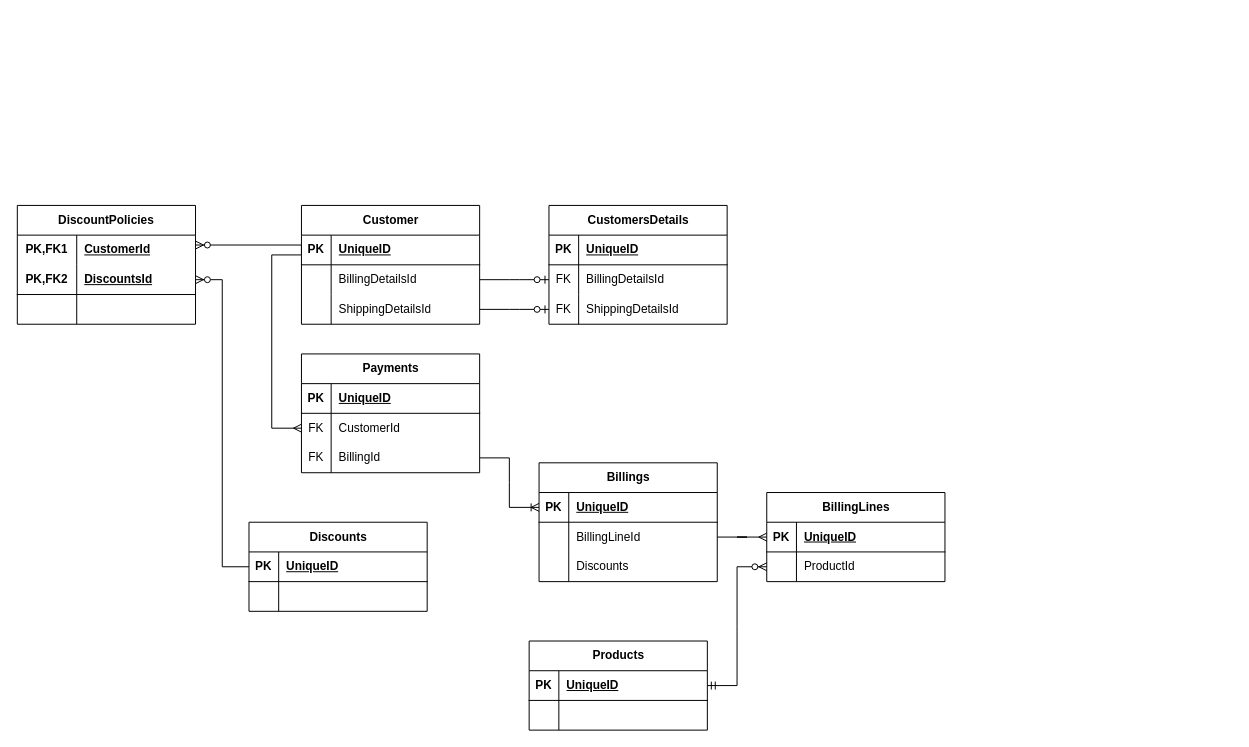
This is page "ERD v1" (2 of 7) of src/Diagrammes.drawio from Scholastien/MyApp, a draw.io file, before an edit. Source tidied: cells renumbered, new cells numbered last; positions are measured from the earlier drawing's top-left corner, leaving out a move shared by most shapes. Both pictures are drawn from the tidied source at 99%, with x=0, y=0 at pixel (17, 205).
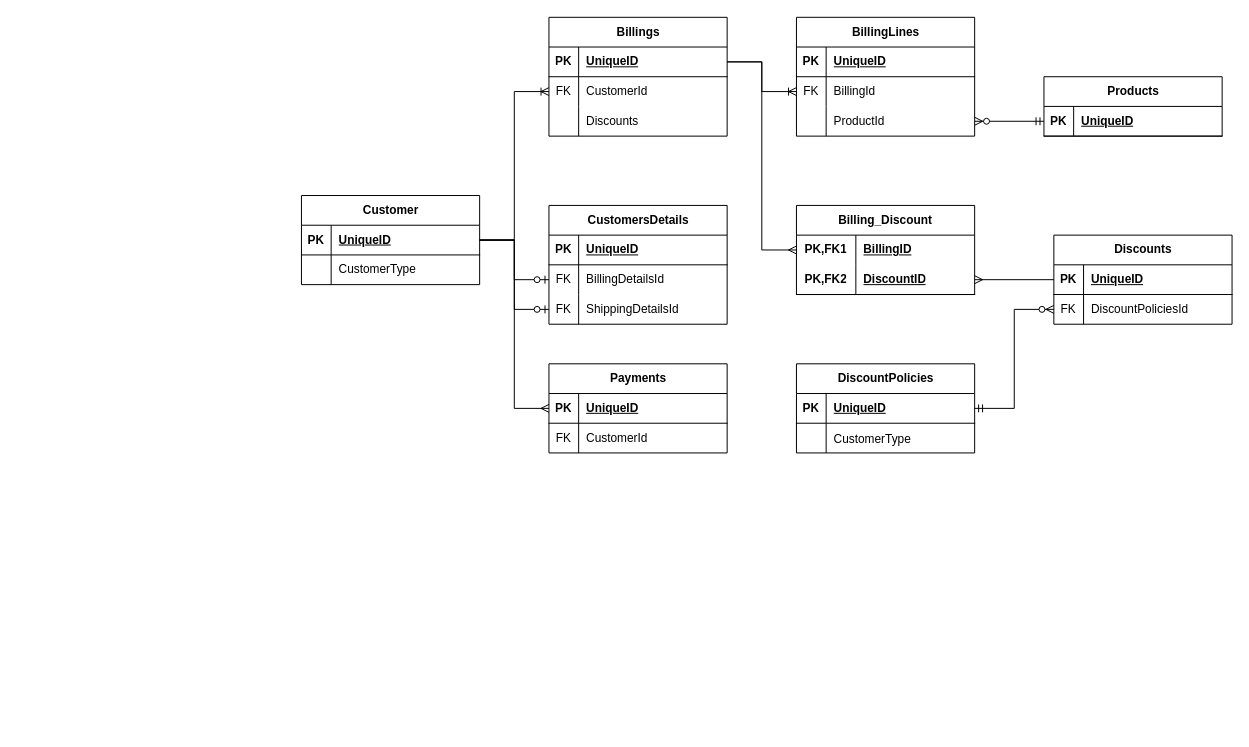
The same diagram, later.

Unchanged cells that the change refers to:
```xml
<mxCell id="3" style="shape=tableRow;horizontal=0;startSize=0;swimlaneHead=0;swimlaneBody=0;fillColor=none;points=[[0,0.5],[1,0.5]];portConstraint=eastwest;top=0;left=0;right=0;bottom=1;" parent="2" vertex="1">
  <mxGeometry y="30" width="180" height="30" as="geometry" />
</mxCell>
<mxCell id="16" style="shape=tableRow;horizontal=0;startSize=0;swimlaneHead=0;swimlaneBody=0;fillColor=none;points=[[0,0.5],[1,0.5]];portConstraint=eastwest;top=0;left=0;right=0;bottom=0;" parent="12" vertex="1">
  <mxGeometry y="60" width="180" height="30" as="geometry" />
</mxCell>
<mxCell id="19" style="shape=tableRow;horizontal=0;startSize=0;swimlaneHead=0;swimlaneBody=0;fillColor=none;points=[[0,0.5],[1,0.5]];portConstraint=eastwest;top=0;left=0;right=0;bottom=0;" parent="12" vertex="1">
  <mxGeometry y="90" width="180" height="30" as="geometry" />
</mxCell>
<mxCell id="23" style="shape=tableRow;horizontal=0;startSize=0;swimlaneHead=0;swimlaneBody=0;fillColor=none;points=[[0,0.5],[1,0.5]];portConstraint=eastwest;top=0;left=0;right=0;bottom=1;" parent="22" vertex="1">
  <mxGeometry y="30" width="180" height="30" as="geometry" />
</mxCell>
<mxCell id="36" style="shape=tableRow;horizontal=0;startSize=0;swimlaneHead=0;swimlaneBody=0;fillColor=none;points=[[0,0.5],[1,0.5]];portConstraint=eastwest;top=0;left=0;right=0;bottom=1;" parent="35" vertex="1">
  <mxGeometry y="30" width="180" height="30" as="geometry" />
</mxCell>
<mxCell id="39" style="shape=tableRow;horizontal=0;startSize=0;swimlaneHead=0;swimlaneBody=0;fillColor=none;points=[[0,0.5],[1,0.5]];portConstraint=eastwest;top=0;left=0;right=0;bottom=0;" parent="35" vertex="1">
  <mxGeometry y="60" width="180" height="30" as="geometry" />
</mxCell>
<mxCell id="47" style="shape=tableRow;horizontal=0;startSize=0;swimlaneHead=0;swimlaneBody=0;fillColor=none;points=[[0,0.5],[1,0.5]];portConstraint=eastwest;top=0;left=0;right=0;bottom=1;" parent="46" vertex="1">
  <mxGeometry y="30" width="180" height="30" as="geometry" />
</mxCell>
<mxCell id="55" style="shape=tableRow;horizontal=0;startSize=0;swimlaneHead=0;swimlaneBody=0;fillColor=none;points=[[0,0.5],[1,0.5]];portConstraint=eastwest;top=0;left=0;right=0;bottom=1;" parent="54" vertex="1">
  <mxGeometry y="30" width="180" height="30" as="geometry" />
</mxCell>
<mxCell id="63" style="shape=tableRow;horizontal=0;startSize=0;swimlaneHead=0;swimlaneBody=0;fillColor=none;points=[[0,0.5],[1,0.5]];portConstraint=eastwest;top=0;left=0;right=0;bottom=1;" parent="62" vertex="1">
  <mxGeometry y="30" width="180" height="30" as="geometry" />
</mxCell>
```

Change to the diagram source:
```diff
@@
     <mxCell id="2" value="Customer" style="shape=table;startSize=30;childLayout=tableLayout;rowLines=0;fontStyle=1;align=center;html=1;" parent="1" vertex="1">
-      <mxGeometry x="287" width="180" height="120" as="geometry" />
+      <mxGeometry x="287" y="-10" width="180" height="90" as="geometry" />
     </mxCell>
@@
-    <mxCell id="6" style="shape=tableRow;horizontal=0;startSize=0;swimlaneHead=0;swimlaneBody=0;fillColor=none;points=[[0,0.5],[1,0.5]];portConstraint=eastwest;top=0;left=0;right=0;bottom=0;" parent="2" vertex="1">
-      <mxGeometry y="60" width="180" height="30" as="geometry" />
-    </mxCell>
-    <mxCell id="7" style="shape=partialRectangle;fillColor=none;top=0;left=0;bottom=0;right=0;overflow=hidden;whiteSpace=wrap;html=1;" parent="6" vertex="1">
-      <mxGeometry width="30" height="30" as="geometry" />
-    </mxCell>
-    <mxCell id="8" value="BillingDetailsId" style="shape=partialRectangle;fillColor=none;top=0;left=0;bottom=0;right=0;align=left;spacingLeft=6;overflow=hidden;whiteSpace=wrap;html=1;" parent="6" vertex="1">
-      <mxGeometry x="30" width="150" height="30" as="geometry" />
-    </mxCell>
-    <mxCell id="9" style="shape=tableRow;horizontal=0;startSize=0;swimlaneHead=0;swimlaneBody=0;fillColor=none;points=[[0,0.5],[1,0.5]];portConstraint=eastwest;top=0;left=0;right=0;bottom=0;" parent="2" vertex="1">
-      <mxGeometry y="90" width="180" height="30" as="geometry" />
-    </mxCell>
-    <mxCell id="10" style="shape=partialRectangle;fillColor=none;top=0;left=0;bottom=0;right=0;overflow=hidden;whiteSpace=wrap;html=1;" parent="9" vertex="1">
-      <mxGeometry width="30" height="30" as="geometry" />
-    </mxCell>
-    <mxCell id="11" value="ShippingDetailsId" style="shape=partialRectangle;fillColor=none;top=0;left=0;bottom=0;right=0;align=left;spacingLeft=6;overflow=hidden;whiteSpace=wrap;html=1;" parent="9" vertex="1">
-      <mxGeometry x="30" width="150" height="30" as="geometry" />
-    </mxCell>
+    <mxCell id="81" style="shape=tableRow;horizontal=0;startSize=0;swimlaneHead=0;swimlaneBody=0;fillColor=none;top=0;left=0;right=0;bottom=0;" parent="2" vertex="1">
+      <mxGeometry y="60" width="180" height="30" as="geometry" />
+    </mxCell>
+    <mxCell id="82" style="shape=partialRectangle;fillColor=none;top=0;left=0;bottom=0;right=0;fontStyle=0;overflow=hidden;whiteSpace=wrap;html=1;" parent="81" vertex="1">
+      <mxGeometry width="30" height="30" as="geometry" />
+    </mxCell>
+    <mxCell id="83" value="CustomerType" style="shape=partialRectangle;fillColor=none;top=0;left=0;bottom=0;right=0;align=left;spacingLeft=6;fontStyle=0;overflow=hidden;whiteSpace=wrap;html=1;" parent="81" vertex="1">
+      <mxGeometry x="30" width="150" height="30" as="geometry" />
+    </mxCell>
@@
     <mxCell id="22" value="Billings" style="shape=table;startSize=30;childLayout=tableLayout;rowLines=0;fontStyle=1;align=center;html=1;" parent="1" vertex="1">
-      <mxGeometry x="527" y="260" width="180" height="120" as="geometry" />
+      <mxGeometry x="537" y="-190" width="180" height="120" as="geometry" />
     </mxCell>
@@
-    <mxCell id="26" style="shape=tableRow;horizontal=0;startSize=0;swimlaneHead=0;swimlaneBody=0;fillColor=none;points=[[0,0.5],[1,0.5]];portConstraint=eastwest;top=0;left=0;right=0;bottom=0;" parent="22" vertex="1">
-      <mxGeometry y="60" width="180" height="30" as="geometry" />
-    </mxCell>
-    <mxCell id="27" style="shape=partialRectangle;fillColor=none;top=0;left=0;bottom=0;right=0;overflow=hidden;whiteSpace=wrap;html=1;" parent="26" vertex="1">
-      <mxGeometry width="30" height="30" as="geometry" />
-    </mxCell>
-    <mxCell id="28" value="BillingLineId" style="shape=partialRectangle;fillColor=none;top=0;left=0;bottom=0;right=0;align=left;spacingLeft=6;overflow=hidden;whiteSpace=wrap;html=1;" parent="26" vertex="1">
-      <mxGeometry x="30" width="150" height="30" as="geometry" />
-    </mxCell>
+    <mxCell id="84" style="shape=tableRow;horizontal=0;startSize=0;swimlaneHead=0;swimlaneBody=0;fillColor=none;points=[[0,0.5],[1,0.5]];portConstraint=eastwest;top=0;left=0;right=0;bottom=0;" parent="22" vertex="1">
+      <mxGeometry y="60" width="180" height="30" as="geometry" />
+    </mxCell>
+    <mxCell id="85" value="FK" style="shape=partialRectangle;fillColor=none;top=0;left=0;bottom=0;right=0;fontStyle=0;overflow=hidden;whiteSpace=wrap;html=1;" parent="84" vertex="1">
+      <mxGeometry width="30" height="30" as="geometry" />
+    </mxCell>
+    <mxCell id="72" value="CustomerId" style="shape=partialRectangle;fillColor=none;top=0;left=0;bottom=0;right=0;align=left;spacingLeft=6;fontStyle=0;overflow=hidden;whiteSpace=wrap;html=1;" parent="84" vertex="1">
+      <mxGeometry x="30" width="150" height="30" as="geometry" />
+    </mxCell>
@@
-    <mxCell id="32" style="edgeStyle=entityRelationEdgeStyle;fontSize=12;html=1;endArrow=ERzeroToOne;endFill=1;rounded=0;entryX=0;entryY=0.5;entryDx=0;entryDy=0;" parent="1" edge="1" source="6" target="16">
+    <mxCell id="32" style="edgeStyle=orthogonalEdgeStyle;fontSize=12;html=1;endArrow=ERzeroToOne;endFill=1;rounded=0;entryX=0;entryY=0.5;entryDx=0;entryDy=0;exitX=1;exitY=0.5;exitDx=0;exitDy=0;" parent="1" edge="1" source="3" target="16">
       <mxGeometry relative="1" as="geometry" />
     </mxCell>
-    <mxCell id="33" style="edgeStyle=entityRelationEdgeStyle;fontSize=12;html=1;endArrow=ERzeroToOne;endFill=1;rounded=0;entryX=0;entryY=0.5;entryDx=0;entryDy=0;" parent="1" edge="1" source="9" target="19">
+    <mxCell id="33" style="edgeStyle=orthogonalEdgeStyle;fontSize=12;html=1;endArrow=ERzeroToOne;endFill=1;rounded=0;entryX=0;entryY=0.5;entryDx=0;entryDy=0;exitX=1;exitY=0.5;exitDx=0;exitDy=0;" parent="1" edge="1" source="3" target="19">
       <mxGeometry relative="1" as="geometry" />
     </mxCell>
-    <mxCell id="34" style="edgeStyle=orthogonalEdgeStyle;fontSize=12;html=1;endArrow=ERmany;rounded=0;exitX=0;exitY=0.5;exitDx=0;exitDy=0;" parent="1" edge="1" source="3" target="39">
-      <mxGeometry relative="1" as="geometry">
-        <Array as="points">
-          <mxPoint x="287" y="50" />
-          <mxPoint x="257" y="50" />
-          <mxPoint x="257" y="225" />
-        </Array>
-      </mxGeometry>
+    <mxCell id="34" style="edgeStyle=orthogonalEdgeStyle;fontSize=12;html=1;endArrow=ERmany;rounded=0;" parent="1" edge="1" source="3" target="36">
+      <mxGeometry relative="1" as="geometry" />
     </mxCell>
     <mxCell id="35" value="Payments" style="shape=table;startSize=30;childLayout=tableLayout;rowLines=0;fontStyle=1;align=center;html=1;" parent="1" vertex="1">
-      <mxGeometry x="287" y="150" width="180" height="120" as="geometry" />
+      <mxGeometry x="537" y="160" width="180" height="90" as="geometry" />
     </mxCell>
@@
-    <mxCell id="42" style="shape=tableRow;horizontal=0;startSize=0;swimlaneHead=0;swimlaneBody=0;fillColor=none;points=[[0,0.5],[1,0.5]];portConstraint=eastwest;top=0;left=0;right=0;bottom=0;" parent="35" vertex="1">
-      <mxGeometry y="90" width="180" height="30" as="geometry" />
-    </mxCell>
-    <mxCell id="43" value="FK" style="shape=partialRectangle;fillColor=none;top=0;left=0;bottom=0;right=0;fontStyle=0;overflow=hidden;whiteSpace=wrap;html=1;" parent="42" vertex="1">
-      <mxGeometry width="30" height="30" as="geometry" />
-    </mxCell>
-    <mxCell id="44" value="BillingId" style="shape=partialRectangle;fillColor=none;top=0;left=0;bottom=0;right=0;align=left;spacingLeft=6;fontStyle=0;overflow=hidden;whiteSpace=wrap;html=1;" parent="42" vertex="1">
-      <mxGeometry x="30" width="150" height="30" as="geometry" />
-    </mxCell>
-    <mxCell id="45" style="edgeStyle=entityRelationEdgeStyle;fontSize=12;html=1;endArrow=ERoneToMany;rounded=0;" parent="1" edge="1" source="42" target="23">
+    <mxCell id="45" style="edgeStyle=orthogonalEdgeStyle;fontSize=12;html=1;endArrow=ERoneToMany;rounded=0;exitX=1;exitY=0.5;exitDx=0;exitDy=0;elbow=vertical;" parent="1" edge="1" source="3" target="84">
       <mxGeometry relative="1" as="geometry" />
     </mxCell>
     <mxCell id="46" value="BillingLines" style="shape=table;startSize=30;childLayout=tableLayout;rowLines=0;fontStyle=1;align=center;html=1;" parent="1" vertex="1">
-      <mxGeometry x="757" y="290" width="180" height="90" as="geometry" />
+      <mxGeometry x="787" y="-190" width="180" height="120" as="geometry" />
     </mxCell>
@@
+    <mxCell id="86" style="shape=tableRow;horizontal=0;startSize=0;swimlaneHead=0;swimlaneBody=0;fillColor=none;points=[[0,0.5],[1,0.5]];portConstraint=eastwest;top=0;left=0;right=0;bottom=0;" parent="46" vertex="1">
+      <mxGeometry y="60" width="180" height="30" as="geometry" />
+    </mxCell>
+    <mxCell id="87" value="FK" style="shape=partialRectangle;fillColor=none;top=0;left=0;bottom=0;right=0;fontStyle=0;overflow=hidden;whiteSpace=wrap;html=1;" parent="86" vertex="1">
+      <mxGeometry width="30" height="30" as="geometry" />
+    </mxCell>
+    <mxCell id="44" value="BillingId" style="shape=partialRectangle;fillColor=none;top=0;left=0;bottom=0;right=0;align=left;spacingLeft=6;fontStyle=0;overflow=hidden;whiteSpace=wrap;html=1;" parent="86" vertex="1">
+      <mxGeometry x="30" width="150" height="30" as="geometry" />
+    </mxCell>
     <mxCell id="50" style="shape=tableRow;horizontal=0;startSize=0;swimlaneHead=0;swimlaneBody=0;fillColor=none;points=[[0,0.5],[1,0.5]];portConstraint=eastwest;top=0;left=0;right=0;bottom=0;" parent="46" vertex="1">
-      <mxGeometry y="60" width="180" height="30" as="geometry" />
+      <mxGeometry y="90" width="180" height="30" as="geometry" />
     </mxCell>
@@
-    <mxCell id="53" style="edgeStyle=entityRelationEdgeStyle;fontSize=12;html=1;endArrow=ERmany;rounded=0;" parent="1" edge="1" source="26" target="47">
-      <mxGeometry relative="1" as="geometry" />
-    </mxCell>
     <mxCell id="54" value="Products" style="shape=table;startSize=30;childLayout=tableLayout;rowLines=0;fontStyle=1;align=center;html=1;" parent="1" vertex="1">
-      <mxGeometry x="517" y="440" width="180" height="90" as="geometry" />
+      <mxGeometry x="1037" y="-130" width="180" height="60" as="geometry" />
     </mxCell>
@@
-    <mxCell id="58" style="shape=tableRow;horizontal=0;startSize=0;swimlaneHead=0;swimlaneBody=0;fillColor=none;top=0;left=0;right=0;bottom=0;" parent="54" vertex="1">
-      <mxGeometry y="60" width="180" height="30" as="geometry" />
-    </mxCell>
-    <mxCell id="59" style="shape=partialRectangle;fillColor=none;top=0;left=0;bottom=0;right=0;overflow=hidden;whiteSpace=wrap;html=1;" parent="58" vertex="1">
-      <mxGeometry width="30" height="30" as="geometry" />
-    </mxCell>
-    <mxCell id="60" style="shape=partialRectangle;fillColor=none;top=0;left=0;bottom=0;right=0;align=left;spacingLeft=6;overflow=hidden;whiteSpace=wrap;html=1;" parent="58" vertex="1">
-      <mxGeometry x="30" width="150" height="30" as="geometry" />
-    </mxCell>
-    <mxCell id="61" style="edgeStyle=entityRelationEdgeStyle;fontSize=12;html=1;endArrow=ERzeroToMany;startArrow=ERmandOne;rounded=0;" parent="1" edge="1" source="55" target="50">
+    <mxCell id="61" style="edgeStyle=orthogonalEdgeStyle;fontSize=12;html=1;endArrow=ERzeroToMany;startArrow=ERmandOne;rounded=0;" parent="1" edge="1" source="55" target="50">
       <mxGeometry relative="1" as="geometry" />
     </mxCell>
     <mxCell id="62" value="Discounts" style="shape=table;startSize=30;childLayout=tableLayout;rowLines=0;fontStyle=1;align=center;html=1;" parent="1" vertex="1">
-      <mxGeometry x="234" y="320" width="180" height="90" as="geometry" />
+      <mxGeometry x="1047" y="30" width="180" height="90" as="geometry" />
     </mxCell>
@@
-    <mxCell id="66" style="shape=tableRow;horizontal=0;startSize=0;swimlaneHead=0;swimlaneBody=0;fillColor=none;top=0;left=0;right=0;bottom=0;" parent="62" vertex="1">
-      <mxGeometry y="60" width="180" height="30" as="geometry" />
-    </mxCell>
-    <mxCell id="67" style="shape=partialRectangle;fillColor=none;top=0;left=0;bottom=0;right=0;overflow=hidden;whiteSpace=wrap;html=1;" parent="66" vertex="1">
-      <mxGeometry width="30" height="30" as="geometry" />
-    </mxCell>
-    <mxCell id="68" style="shape=partialRectangle;fillColor=none;top=0;left=0;bottom=0;right=0;align=left;spacingLeft=6;overflow=hidden;whiteSpace=wrap;html=1;" parent="66" vertex="1">
-      <mxGeometry x="30" width="150" height="30" as="geometry" />
-    </mxCell>
+    <mxCell id="88" style="shape=tableRow;horizontal=0;startSize=0;swimlaneHead=0;swimlaneBody=0;fillColor=none;points=[[0,0.5],[1,0.5]];portConstraint=eastwest;top=0;left=0;right=0;bottom=0;" parent="62" vertex="1">
+      <mxGeometry y="60" width="180" height="30" as="geometry" />
+    </mxCell>
+    <mxCell id="89" value="FK" style="shape=partialRectangle;fillColor=none;top=0;left=0;bottom=0;right=0;fontStyle=0;overflow=hidden;whiteSpace=wrap;html=1;" parent="88" vertex="1">
+      <mxGeometry width="30" height="30" as="geometry" />
+    </mxCell>
+    <mxCell id="90" value="DiscountPoliciesId" style="shape=partialRectangle;fillColor=none;top=0;left=0;bottom=0;right=0;align=left;spacingLeft=6;fontStyle=0;overflow=hidden;whiteSpace=wrap;html=1;" parent="88" vertex="1">
+      <mxGeometry x="30" width="150" height="30" as="geometry" />
+    </mxCell>
-    <mxCell id="69" value="DiscountPolicies" style="shape=table;startSize=30;childLayout=tableLayout;rowLines=0;fontStyle=1;align=center;html=1;whiteSpace=wrap;" parent="1" vertex="1">
-      <mxGeometry width="180" height="120" as="geometry" />
+    <mxCell id="69" value="DiscountPolicies" style="shape=table;startSize=30;childLayout=tableLayout;rowLines=0;fontStyle=1;align=center;html=1;" parent="1" vertex="1">
+      <mxGeometry x="787" y="160" width="180" height="90" as="geometry" />
     </mxCell>
+    <mxCell id="91" style="shape=tableRow;horizontal=0;startSize=0;swimlaneHead=0;swimlaneBody=0;fillColor=none;points=[[0,0.5],[1,0.5]];portConstraint=eastwest;top=0;left=0;right=0;bottom=1;" parent="69" vertex="1">
+      <mxGeometry y="30" width="180" height="30" as="geometry" />
+    </mxCell>
+    <mxCell id="92" value="PK" style="shape=partialRectangle;fillColor=none;top=0;left=0;bottom=0;right=0;fontStyle=1;overflow=hidden;whiteSpace=wrap;html=1;" parent="91" vertex="1">
+      <mxGeometry width="30" height="30" as="geometry" />
+    </mxCell>
+    <mxCell id="93" value="UniqueID" style="shape=partialRectangle;fillColor=none;top=0;left=0;bottom=0;right=0;align=left;spacingLeft=6;fontStyle=5;overflow=hidden;whiteSpace=wrap;html=1;" parent="91" vertex="1">
+      <mxGeometry x="30" width="150" height="30" as="geometry" />
+    </mxCell>
+    <mxCell id="94" style="shape=tableRow;horizontal=0;startSize=0;swimlaneHead=0;swimlaneBody=0;fillColor=none;top=0;left=0;right=0;bottom=0;" parent="69" vertex="1">
+      <mxGeometry y="60" width="180" height="30" as="geometry" />
+    </mxCell>
+    <mxCell id="95" style="shape=partialRectangle;fillColor=none;top=0;left=0;bottom=0;right=0;overflow=hidden;" parent="94" vertex="1">
+      <mxGeometry width="30" height="30" as="geometry" />
+    </mxCell>
+    <mxCell id="96" value="CustomerType" style="shape=partialRectangle;fillColor=none;top=0;left=0;bottom=0;right=0;align=left;spacingLeft=6;overflow=hidden;" parent="94" vertex="1">
+      <mxGeometry x="30" width="150" height="30" as="geometry" />
+    </mxCell>
+    <mxCell id="97" style="fontSize=12;html=1;endArrow=ERzeroToMany;startArrow=ERmandOne;rounded=0;edgeStyle=orthogonalEdgeStyle;" parent="1" edge="1" source="91" target="88">
+      <mxGeometry relative="1" as="geometry" />
+    </mxCell>
+    <mxCell id="98" style="edgeStyle=orthogonalEdgeStyle;fontSize=12;html=1;endArrow=ERmany;rounded=0;" parent="1" edge="1" source="23" target="70">
+      <mxGeometry relative="1" as="geometry" />
+    </mxCell>
+    <mxCell id="99" value="Billing_Discount" style="shape=table;startSize=30;childLayout=tableLayout;rowLines=0;fontStyle=1;align=center;html=1;whiteSpace=wrap;" parent="1" vertex="1">
+      <mxGeometry x="787" width="180" height="90" as="geometry" />
+    </mxCell>
-    <mxCell id="70" style="shape=tableRow;horizontal=0;startSize=0;swimlaneHead=0;swimlaneBody=0;fillColor=none;points=[[0,0.5],[1,0.5]];portConstraint=eastwest;top=0;left=0;right=0;bottom=0;html=1;" parent="69" vertex="1">
+    <mxCell id="70" style="shape=tableRow;horizontal=0;startSize=0;swimlaneHead=0;swimlaneBody=0;fillColor=none;points=[[0,0.5],[1,0.5]];portConstraint=eastwest;top=0;left=0;right=0;bottom=0;html=1;" parent="99" vertex="1">
       <mxGeometry y="30" width="180" height="30" as="geometry" />
     </mxCell>
@@
-    <mxCell id="72" value="CustomerId" style="shape=partialRectangle;fillColor=none;top=0;left=0;bottom=0;right=0;align=left;spacingLeft=6;fontStyle=5;overflow=hidden;html=1;whiteSpace=wrap;" parent="70" vertex="1">
-      <mxGeometry x="60" width="120" height="30" as="geometry" />
-    </mxCell>
+    <mxCell id="100" value="BillingID" style="shape=partialRectangle;fillColor=none;top=0;left=0;bottom=0;right=0;align=left;spacingLeft=6;fontStyle=5;overflow=hidden;html=1;whiteSpace=wrap;" parent="70" vertex="1">
+      <mxGeometry x="60" width="120" height="30" as="geometry" />
+    </mxCell>
-    <mxCell id="73" style="shape=tableRow;horizontal=0;startSize=0;swimlaneHead=0;swimlaneBody=0;fillColor=none;points=[[0,0.5],[1,0.5]];portConstraint=eastwest;top=0;left=0;right=0;bottom=1;html=1;" parent="69" vertex="1">
+    <mxCell id="73" style="shape=tableRow;horizontal=0;startSize=0;swimlaneHead=0;swimlaneBody=0;fillColor=none;points=[[0,0.5],[1,0.5]];portConstraint=eastwest;top=0;left=0;right=0;bottom=1;html=1;" parent="99" vertex="1">
       <mxGeometry y="60" width="180" height="30" as="geometry" />
     </mxCell>
@@
-    <mxCell id="75" value="DiscountsId" style="shape=partialRectangle;fillColor=none;top=0;left=0;bottom=0;right=0;align=left;spacingLeft=6;fontStyle=5;overflow=hidden;html=1;whiteSpace=wrap;" parent="73" vertex="1">
-      <mxGeometry x="60" width="120" height="30" as="geometry" />
-    </mxCell>
-    <mxCell id="76" style="shape=tableRow;horizontal=0;startSize=0;swimlaneHead=0;swimlaneBody=0;fillColor=none;top=0;left=0;right=0;bottom=0;html=1;" parent="69" vertex="1">
-      <mxGeometry y="90" width="180" height="30" as="geometry" />
-    </mxCell>
-    <mxCell id="77" style="shape=partialRectangle;fillColor=none;top=0;left=0;bottom=0;right=0;overflow=hidden;html=1;whiteSpace=wrap;" parent="76" vertex="1">
-      <mxGeometry width="60" height="30" as="geometry" />
-    </mxCell>
-    <mxCell id="78" style="shape=partialRectangle;fillColor=none;top=0;left=0;bottom=0;right=0;align=left;spacingLeft=6;overflow=hidden;html=1;whiteSpace=wrap;" parent="76" vertex="1">
-      <mxGeometry x="60" width="120" height="30" as="geometry" />
-    </mxCell>
-    <mxCell id="79" style="edgeStyle=orthogonalEdgeStyle;fontSize=12;html=1;endArrow=ERzeroToMany;endFill=1;rounded=0;exitX=0;exitY=0.5;exitDx=0;exitDy=0;" parent="1" edge="1" source="3" target="70">
-      <mxGeometry relative="1" as="geometry">
-        <Array as="points">
-          <mxPoint x="287" y="40" />
-        </Array>
-      </mxGeometry>
-    </mxCell>
+    <mxCell id="101" value="DiscountID" style="shape=partialRectangle;fillColor=none;top=0;left=0;bottom=0;right=0;align=left;spacingLeft=6;fontStyle=5;overflow=hidden;html=1;whiteSpace=wrap;" parent="73" vertex="1">
+      <mxGeometry x="60" width="120" height="30" as="geometry" />
+    </mxCell>
-    <mxCell id="80" style="edgeStyle=orthogonalEdgeStyle;fontSize=12;html=1;endArrow=ERzeroToMany;endFill=1;rounded=0;" parent="1" edge="1" source="63" target="73">
+    <mxCell id="80" style="edgeStyle=orthogonalEdgeStyle;fontSize=12;html=1;endArrow=ERmany;rounded=0;" parent="1" edge="1" source="63" target="73">
       <mxGeometry relative="1" as="geometry" />
     </mxCell>
+    <mxCell id="102" style="edgeStyle=orthogonalEdgeStyle;fontSize=12;html=1;endArrow=ERoneToMany;rounded=0;" parent="1" edge="1" source="23" target="86">
+      <mxGeometry relative="1" as="geometry" />
+    </mxCell>
```
